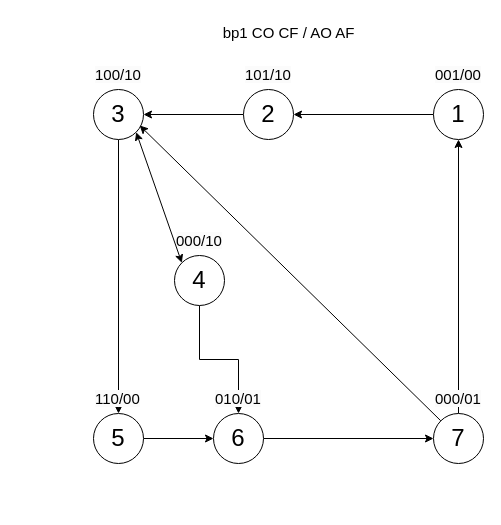
Riuza-c-137/diagrams.net-default_repo keeps this draw.io diagram as TP4 Exo1.drawio. Above is the earlier version. Source tidied: cells renumbered, new cells numbered last; positions are measured from the earlier drawing's top-left corner, leaving out a move shared by most shapes. Both pictures are drawn from the tidied source at 100%, with x=0, y=0 at pixel (93, 17).
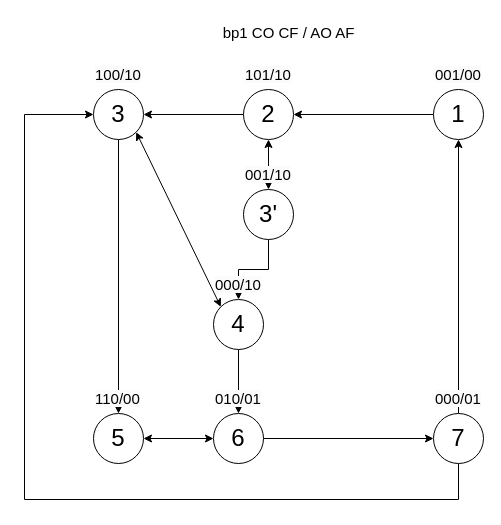
After the change.

Commit message:
Mettre à jour TP4 Exo1.drawio

The change refers to these unchanged cells:
```xml
<mxCell id="7" value="&lt;span style=&quot;font-size: 24px;&quot;&gt;2&lt;/span&gt;" style="ellipse;whiteSpace=wrap;html=1;" parent="1" vertex="1">
  <mxGeometry x="150" y="72" width="50" height="50" as="geometry" />
</mxCell>
<mxCell id="10" value="&lt;font style=&quot;font-size: 24px;&quot;&gt;3&lt;/font&gt;" style="ellipse;whiteSpace=wrap;html=1;" parent="1" vertex="1">
  <mxGeometry y="72" width="50" height="50" as="geometry" />
</mxCell>
<mxCell id="15" value="&lt;font style=&quot;font-size: 24px;&quot;&gt;5&lt;/font&gt;" style="ellipse;whiteSpace=wrap;html=1;" parent="1" vertex="1">
  <mxGeometry y="396" width="50" height="50" as="geometry" />
</mxCell>
<mxCell id="20" value="&lt;span style=&quot;font-size: 24px;&quot;&gt;6&lt;/span&gt;" style="ellipse;whiteSpace=wrap;html=1;" parent="1" vertex="1">
  <mxGeometry x="120" y="396" width="50" height="50" as="geometry" />
</mxCell>
<mxCell id="22" value="&lt;span style=&quot;font-size: 24px;&quot;&gt;7&lt;br&gt;&lt;/span&gt;" style="ellipse;whiteSpace=wrap;html=1;" parent="1" vertex="1">
  <mxGeometry x="340" y="396" width="50" height="50" as="geometry" />
</mxCell>
```

Diff of the diagram source:
```diff
@@
     <mxCell id="13" value="&lt;font style=&quot;font-size: 24px;&quot;&gt;4&lt;/font&gt;" style="ellipse;whiteSpace=wrap;html=1;" parent="1" vertex="1">
-      <mxGeometry x="81" y="238" width="50" height="50" as="geometry" />
+      <mxGeometry x="120" y="282" width="50" height="50" as="geometry" />
     </mxCell>
-    <mxCell id="14" style="edgeStyle=orthogonalEdgeStyle;rounded=0;jettySize=auto;html=1;exitX=1;exitY=0.5;exitDx=0;exitDy=0;entryX=0;entryY=0.5;entryDx=0;entryDy=0;" parent="1" edge="1" source="15" target="20">
-      <mxGeometry relative="1" as="geometry" />
-    </mxCell>
@@
-    <mxCell id="17" value="&lt;span style=&quot;color: rgb(0, 0, 0); font-family: Helvetica; font-size: 15px; font-style: normal; font-variant-ligatures: normal; font-variant-caps: normal; font-weight: 400; letter-spacing: normal; orphans: 2; text-align: center; text-indent: 0px; text-transform: none; widows: 2; word-spacing: 0px; -webkit-text-stroke-width: 0px; background-color: rgb(251, 251, 251); text-decoration-thickness: initial; text-decoration-style: initial; text-decoration-color: initial; float: none; display: inline !important;&quot;&gt;000/10&lt;/span&gt;" style="text;whiteSpace=wrap;html=1;" parent="1" vertex="1">
-      <mxGeometry x="81" y="208" width="50" height="30" as="geometry" />
-    </mxCell>
@@
+    <mxCell id="25" style="edgeStyle=orthogonalEdgeStyle;rounded=0;jettySize=auto;html=1;exitX=0.5;exitY=1;exitDx=0;exitDy=0;entryX=0;entryY=0.5;entryDx=0;entryDy=0;" parent="1" edge="1" source="22" target="10">
+      <mxGeometry relative="1" as="geometry">
+        <Array as="points">
+          <mxPoint x="365" y="482" />
+          <mxPoint x="-69" y="482" />
+          <mxPoint x="-69" y="97" />
+        </Array>
+      </mxGeometry>
+    </mxCell>
@@
-    <mxCell id="25" style="endArrow=classic;html=1;rounded=0;exitX=0;exitY=0;exitDx=0;exitDy=0;entryX=0.924;entryY=0.72;entryDx=0;entryDy=0;entryPerimeter=0;" parent="1" edge="1" source="22" target="10">
-      <mxGeometry relative="1" as="geometry" />
-    </mxCell>
+    <mxCell id="26" style="edgeStyle=orthogonalEdgeStyle;rounded=0;jettySize=auto;html=1;exitX=0.5;exitY=1;exitDx=0;exitDy=0;" parent="1" edge="1" source="27" target="13">
+      <mxGeometry relative="1" as="geometry" />
+    </mxCell>
+    <mxCell id="27" value="&lt;span style=&quot;font-size: 24px;&quot;&gt;3'&lt;/span&gt;" style="ellipse;whiteSpace=wrap;html=1;" parent="1" vertex="1">
+      <mxGeometry x="150" y="172" width="50" height="50" as="geometry" />
+    </mxCell>
+    <mxCell id="28" style="endArrow=classic;startArrow=classic;html=1;rounded=0;entryX=0.5;entryY=1;entryDx=0;entryDy=0;exitX=0.5;exitY=0;exitDx=0;exitDy=0;" parent="1" edge="1" source="27" target="7">
+      <mxGeometry relative="1" as="geometry" />
+    </mxCell>
+    <mxCell id="29" value="&lt;span style=&quot;color: rgb(0, 0, 0); font-family: Helvetica; font-size: 15px; font-style: normal; font-variant-ligatures: normal; font-variant-caps: normal; font-weight: 400; letter-spacing: normal; orphans: 2; text-align: center; text-indent: 0px; text-transform: none; widows: 2; word-spacing: 0px; -webkit-text-stroke-width: 0px; background-color: rgb(251, 251, 251); text-decoration-thickness: initial; text-decoration-style: initial; text-decoration-color: initial; float: none; display: inline !important;&quot;&gt;001/10&lt;/span&gt;" style="text;whiteSpace=wrap;html=1;" parent="1" vertex="1">
+      <mxGeometry x="150" y="142" width="50" height="30" as="geometry" />
+    </mxCell>
+    <mxCell id="17" value="&lt;span style=&quot;color: rgb(0, 0, 0); font-family: Helvetica; font-size: 15px; font-style: normal; font-variant-ligatures: normal; font-variant-caps: normal; font-weight: 400; letter-spacing: normal; orphans: 2; text-align: center; text-indent: 0px; text-transform: none; widows: 2; word-spacing: 0px; -webkit-text-stroke-width: 0px; background-color: rgb(251, 251, 251); text-decoration-thickness: initial; text-decoration-style: initial; text-decoration-color: initial; float: none; display: inline !important;&quot;&gt;000/10&lt;/span&gt;" style="text;whiteSpace=wrap;html=1;" parent="1" vertex="1">
+      <mxGeometry x="120" y="252" width="50" height="30" as="geometry" />
+    </mxCell>
+    <mxCell id="14" style="endArrow=classic;startArrow=classic;html=1;rounded=0;entryX=0;entryY=0.5;entryDx=0;entryDy=0;exitX=1;exitY=0.5;exitDx=0;exitDy=0;" parent="1" edge="1" source="15" target="20">
+      <mxGeometry relative="1" as="geometry" />
+    </mxCell>
```
